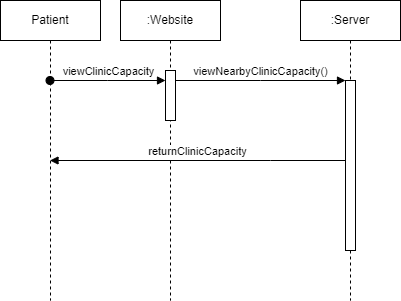
The draw.io diagram Milestone2/activityDiagrams/Copy of view Clinic Sequence diagram.drawio.png in SENG-350-2024-fall/Team5, before a commit. Source tidied: cells renumbered, new cells last; positions are measured from the earlier drawing's top-left corner, leaving out a move shared by most shapes.
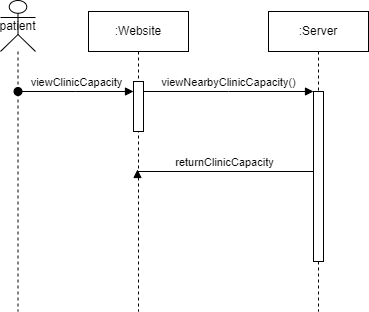
After the commit.

What changed in the source:
```diff
@@ -21,22 +21,23 @@
         </Array>
       </mxGeometry>
     </mxCell>
-    <mxCell id="7" value="returnClinicCapacity" style="html=1;verticalAlign=bottom;endArrow=block;edgeStyle=elbowEdgeStyle;elbow=vertical;curved=0;rounded=0;" parent="1" edge="1" target="8">
+    <mxCell id="7" value="returnClinicCapacity" style="html=1;verticalAlign=bottom;endArrow=block;edgeStyle=elbowEdgeStyle;elbow=vertical;curved=0;rounded=0;" parent="1" edge="1">
       <mxGeometry relative="1" as="geometry">
         <mxPoint x="345" y="160" as="sourcePoint" />
+        <mxPoint x="169" y="158" as="targetPoint" />
         <Array as="points">
           <mxPoint x="270" y="160" />
         </Array>
       </mxGeometry>
     </mxCell>
-    <mxCell id="8" value="Patient" style="shape=umlLifeline;perimeter=lifelinePerimeter;whiteSpace=wrap;html=1;outlineConnect=0;portConstraint=eastwest;newEdgeStyle={&quot;edgeStyle&quot;:&quot;elbowEdgeStyle&quot;,&quot;elbow&quot;:&quot;vertical&quot;,&quot;curved&quot;:0,&quot;rounded&quot;:0};" parent="1" vertex="1">
-      <mxGeometry width="100" height="300" as="geometry" />
-    </mxCell>
     <mxCell id="9" value="viewClinicCapacity" style="html=1;verticalAlign=bottom;startArrow=oval;endArrow=block;startSize=8;edgeStyle=elbowEdgeStyle;elbow=vertical;curved=0;rounded=0;" parent="1" edge="1">
       <mxGeometry relative="1" as="geometry">
         <mxPoint x="49.5" y="80" as="sourcePoint" />
         <mxPoint x="165" y="80" as="targetPoint" />
       </mxGeometry>
     </mxCell>
+    <mxCell id="10" value="patient" style="shape=umlLifeline;perimeter=lifelinePerimeter;whiteSpace=wrap;html=1;newEdgeStyle={&quot;curved&quot;:0,&quot;rounded&quot;:0};participant=umlActor;size=51;" parent="1" vertex="1">
+      <mxGeometry x="32" y="-11" width="35" height="311" as="geometry" />
+    </mxCell>
   </root>
 </mxGraphModel>
```
